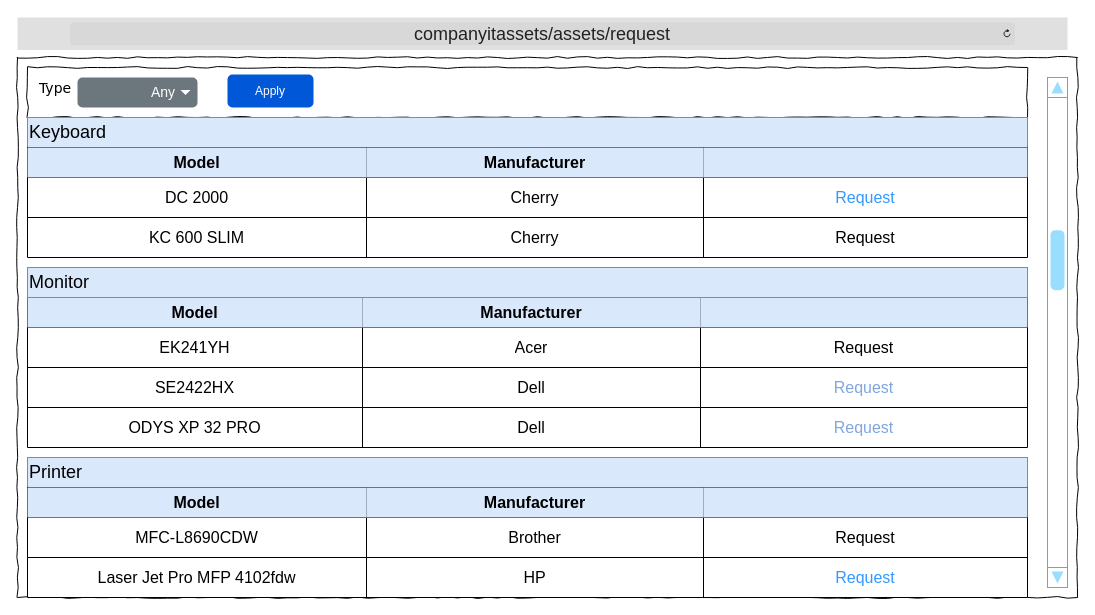
Before: Wireframes/ITAT_AssetsRequest.drawio in TRed91/ITAssetTracking, a draw.io diagram. Source tidied: cells renumbered, new cells numbered last; positions are measured from the earlier drawing's top-left corner, leaving out a move shared by most shapes. Both pictures are drawn from the tidied source at 100%, with x=0, y=0 at pixel (17, 17).
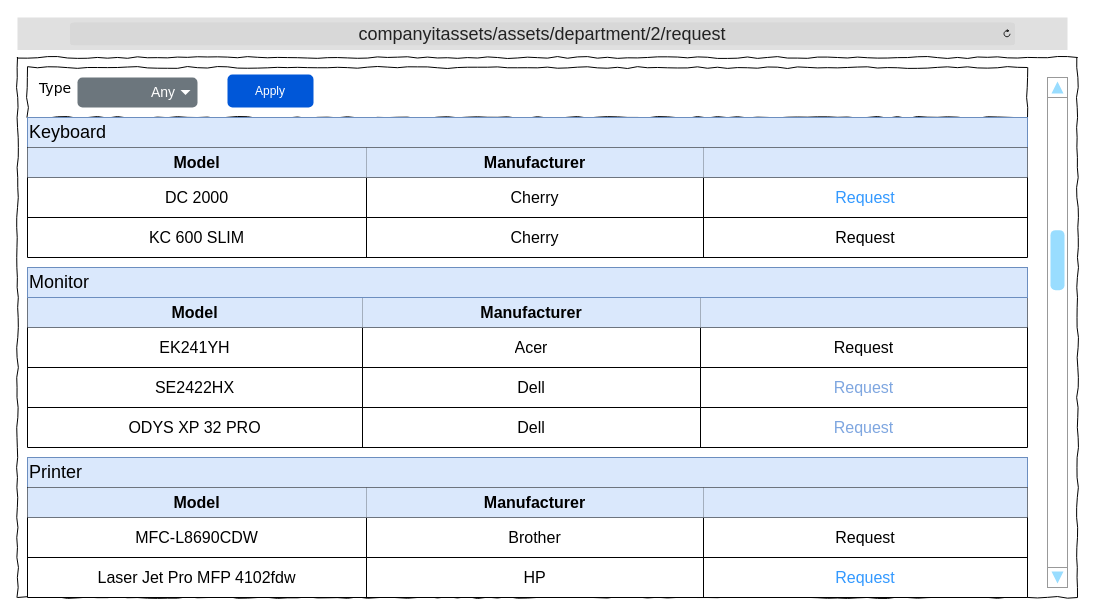
Above is the later version.

What changed in the source:
```diff
@@
-    <mxCell id="26" value="&lt;font style=&quot;font-size: 18px;&quot;&gt;companyitassets/assets/request&lt;/font&gt;" style="html=1;strokeWidth=1;shadow=0;dashed=0;shape=mxgraph.ios7ui.url;fillColor=#e0e0e0;strokeColor=#c0c0c0;buttonText=;strokeColor2=#222222;fontColor=#222222;fontSize=8;spacingTop=2;align=center;whiteSpace=wrap;" parent="1" vertex="1">
+    <mxCell id="26" value="&lt;font style=&quot;font-size: 18px;&quot;&gt;companyitassets/assets/department/2/request&lt;/font&gt;" style="html=1;strokeWidth=1;shadow=0;dashed=0;shape=mxgraph.ios7ui.url;fillColor=#e0e0e0;strokeColor=#c0c0c0;buttonText=;strokeColor2=#222222;fontColor=#222222;fontSize=8;spacingTop=2;align=center;whiteSpace=wrap;" parent="1" vertex="1">
       <mxGeometry width="1050" height="32.5" as="geometry" />
     </mxCell>
```
